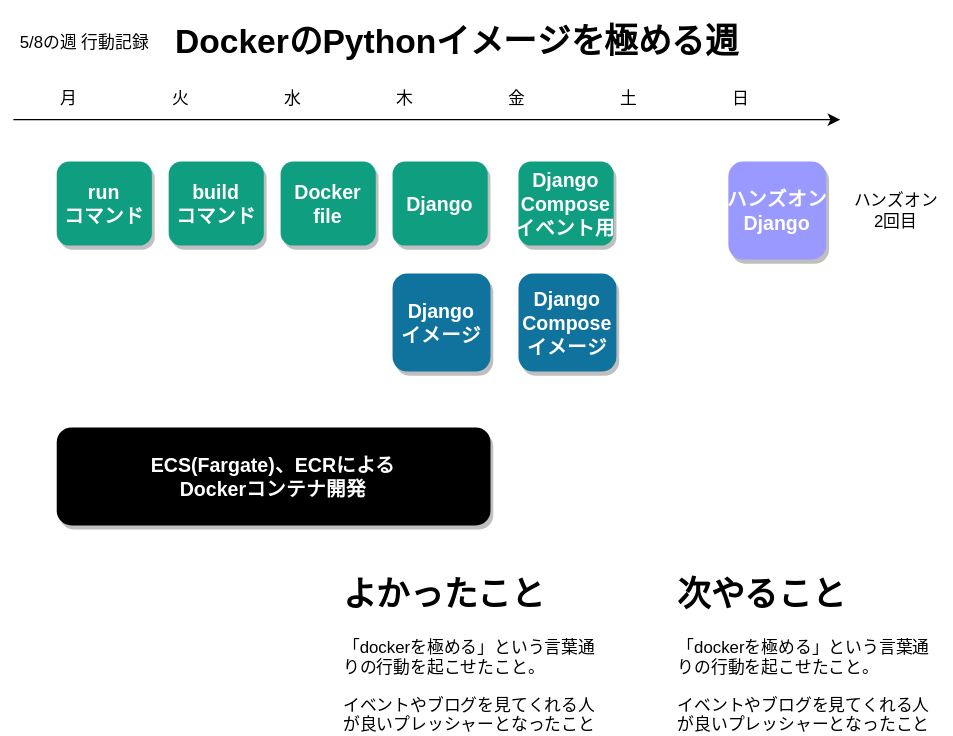
Before: 人生設計-20230508.drawio.svg, a diagram exported from draw.io (minegishirei/draw_v1). Source tidied: cells renumbered, new cells last; positions are measured from the earlier drawing's top-left corner, leaving out a move shared by most shapes.
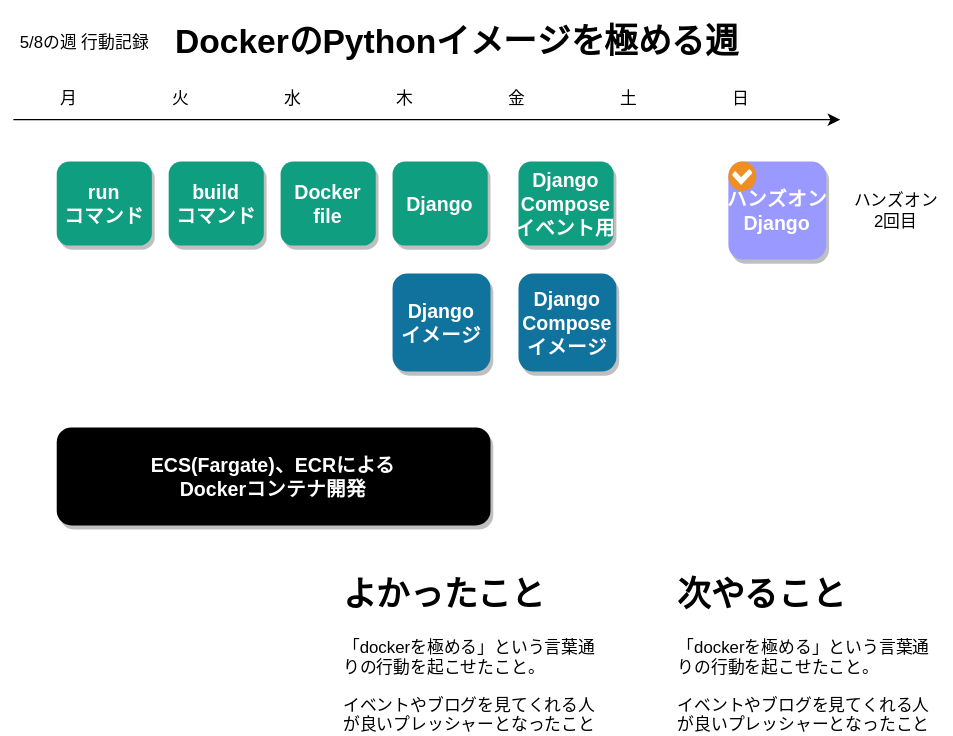
After the commit.

Commit message:
人生設計-20230508.drawio.svg を追加しました。

Diff of the diagram source:
```diff
@@ -71,5 +71,8 @@
     <mxCell id="23" value="ハンズオン&lt;br&gt;2回目" style="text;html=1;strokeColor=none;fillColor=none;align=center;verticalAlign=middle;whiteSpace=wrap;rounded=0;" parent="1" vertex="1">
       <mxGeometry x="600" y="119.5" width="80" height="41" as="geometry" />
     </mxCell>
+    <mxCell id="24" style="shadow=0;dashed=0;html=1;strokeColor=none;fillColor=#EF8F21;labelPosition=center;verticalLabelPosition=bottom;verticalAlign=top;align=center;shape=mxgraph.veeam.checked;" parent="1" vertex="1">
+      <mxGeometry x="520" y="105" width="20" height="21" as="geometry" />
+    </mxCell>
   </root>
 </mxGraphModel>
```
